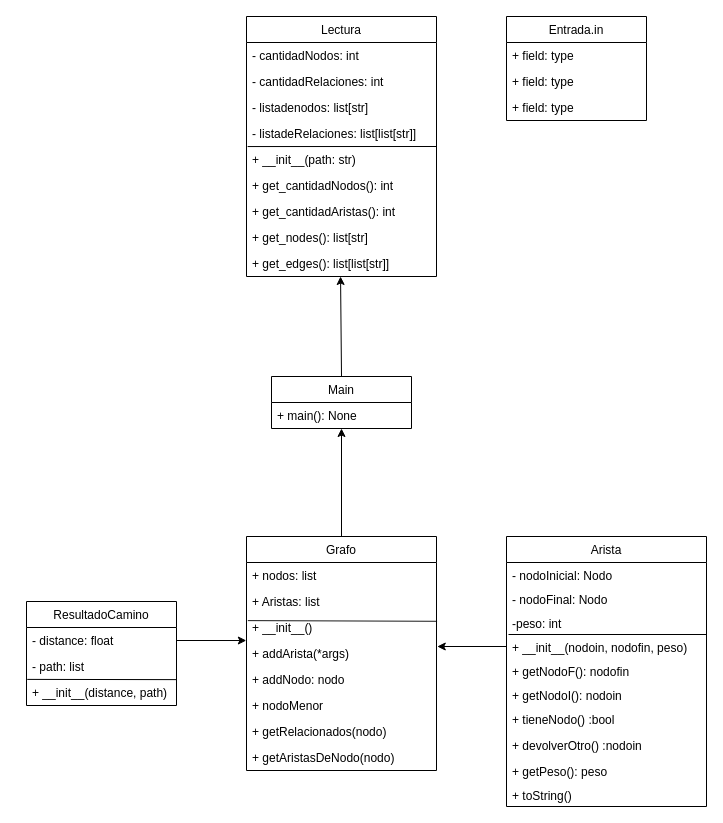
Above: DatosDelProyecto/Diagrama POO2.drawio in InMunken/PedidorDeFavores (draw.io), before the change. Source tidied: cells renumbered, new cells numbered last; positions are measured from the earlier drawing's top-left corner, leaving out a move shared by most shapes. Both pictures are drawn from the tidied source at 100%, with x=0, y=0 at pixel (26, 16).
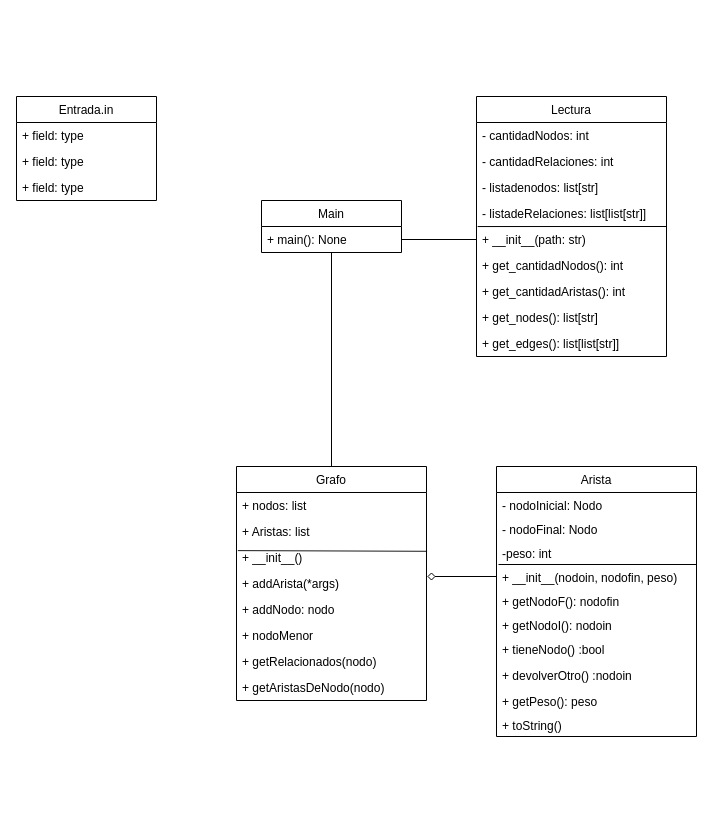
The same diagram, later.

Unchanged cells that the change refers to:
```xml
<mxCell id="7" value="+ addArista(*args)" style="text;strokeColor=none;fillColor=none;align=left;verticalAlign=top;spacingLeft=4;spacingRight=4;overflow=hidden;points=[[0,0.5],[1,0.5]];portConstraint=eastwest;" parent="2" vertex="1">
  <mxGeometry y="104" width="190" height="26" as="geometry" />
</mxCell>
<mxCell id="17" value="+ __init__(nodoin, nodofin, peso)" style="text;strokeColor=none;fillColor=none;align=left;verticalAlign=top;spacingLeft=4;spacingRight=4;overflow=hidden;points=[[0,0.5],[1,0.5]];portConstraint=eastwest;" parent="12" vertex="1">
  <mxGeometry y="98" width="200" height="24" as="geometry" />
</mxCell>
<mxCell id="34" value="+ __init__(path: str)" style="text;strokeColor=none;fillColor=none;align=left;verticalAlign=top;spacingLeft=4;spacingRight=4;overflow=hidden;points=[[0,0.5],[1,0.5]];portConstraint=eastwest;" parent="28" vertex="1">
  <mxGeometry y="130" width="190" height="26" as="geometry" />
</mxCell>
<mxCell id="38" value="+ get_edges(): list[list[str]]" style="text;strokeColor=none;fillColor=none;align=left;verticalAlign=top;spacingLeft=4;spacingRight=4;overflow=hidden;points=[[0,0.5],[1,0.5]];portConstraint=eastwest;" parent="28" vertex="1">
  <mxGeometry y="234" width="190" height="26" as="geometry" />
</mxCell>
<mxCell id="40" value="+ main(): None" style="text;strokeColor=none;fillColor=none;align=left;verticalAlign=top;spacingLeft=4;spacingRight=4;overflow=hidden;points=[[0,0.5],[1,0.5]];portConstraint=eastwest;" parent="39" vertex="1">
  <mxGeometry y="26" width="140" height="26" as="geometry" />
</mxCell>
```

The edit, as a diff of the source:
```diff
@@
+    <mxCell id="50" style="edgeStyle=none;html=1;exitX=0.5;exitY=0;exitDx=0;exitDy=0;endArrow=none;endFill=0;" parent="1" edge="1" source="2" target="40">
+      <mxGeometry relative="1" as="geometry" />
+    </mxCell>
     <mxCell id="2" value="Grafo" style="swimlane;fontStyle=0;horizontal=1;startSize=26;fillColor=none;" parent="1" vertex="1">
-      <mxGeometry x="220" y="520" width="190" height="234" as="geometry" />
+      <mxGeometry x="210" y="450" width="190" height="234" as="geometry" />
     </mxCell>
@@
     <mxCell id="12" value="Arista" style="swimlane;fontStyle=0;horizontal=1;startSize=26;fillColor=none;" parent="1" vertex="1">
-      <mxGeometry x="480" y="520" width="200" height="270" as="geometry" />
+      <mxGeometry x="470" y="450" width="200" height="270" as="geometry" />
     </mxCell>
@@
     <mxCell id="24" value="Entrada.in" style="swimlane;fontStyle=0;horizontal=1;startSize=26;fillColor=none;" parent="1" vertex="1">
-      <mxGeometry x="480" width="140" height="104" as="geometry" />
+      <mxGeometry x="-10" y="80" width="140" height="104" as="geometry" />
     </mxCell>
@@
     <mxCell id="28" value="Lectura" style="swimlane;fontStyle=0;horizontal=1;startSize=26;fillColor=none;" parent="1" vertex="1">
-      <mxGeometry x="220" width="190" height="260" as="geometry" />
+      <mxGeometry x="450" y="80" width="190" height="260" as="geometry" />
     </mxCell>
@@
     <mxCell id="39" value="Main" style="swimlane;fontStyle=0;horizontal=1;startSize=26;fillColor=none;" parent="1" vertex="1">
-      <mxGeometry x="245" y="360" width="140" height="52" as="geometry" />
+      <mxGeometry x="235" y="184" width="140" height="52" as="geometry" />
     </mxCell>
@@
-    <mxCell id="41" value="ResultadoCamino" style="swimlane;fontStyle=0;horizontal=1;startSize=26;fillColor=none;" parent="1" vertex="1">
-      <mxGeometry y="585" width="150" height="104" as="geometry" />
-    </mxCell>
-    <mxCell id="42" value="- distance: float " style="text;strokeColor=none;fillColor=none;align=left;verticalAlign=top;spacingLeft=4;spacingRight=4;overflow=hidden;points=[[0,0.5],[1,0.5]];portConstraint=eastwest;" parent="41" vertex="1">
-      <mxGeometry y="26" width="150" height="26" as="geometry" />
-    </mxCell>
-    <mxCell id="43" style="endArrow=none;html=1;rounded=0;exitX=0.005;exitY=-0.004;exitDx=0;exitDy=0;exitPerimeter=0;entryX=1.002;entryY=1.005;entryDx=0;entryDy=0;entryPerimeter=0;" parent="41" edge="1" source="45" target="44">
-      <mxGeometry relative="1" as="geometry" />
-    </mxCell>
-    <mxCell id="44" value="- path: list   " style="text;strokeColor=none;fillColor=none;align=left;verticalAlign=top;spacingLeft=4;spacingRight=4;overflow=hidden;points=[[0,0.5],[1,0.5]];portConstraint=eastwest;" parent="41" vertex="1">
-      <mxGeometry y="52" width="150" height="26" as="geometry" />
-    </mxCell>
-    <mxCell id="45" value="+ __init__(distance, path)" style="text;strokeColor=none;fillColor=none;align=left;verticalAlign=top;spacingLeft=4;spacingRight=4;overflow=hidden;points=[[0,0.5],[1,0.5]];portConstraint=eastwest;" parent="41" vertex="1">
-      <mxGeometry y="78" width="150" height="26" as="geometry" />
-    </mxCell>
-    <mxCell id="46" style="endArrow=classic;html=1;rounded=0;entryX=1.004;entryY=0.231;entryDx=0;entryDy=0;exitX=0;exitY=0.5;exitDx=0;exitDy=0;spacing=0;fontSize=11;entryPerimeter=0;" parent="1" edge="1" source="17" target="7">
+    <mxCell id="46" style="endArrow=diamond;html=1;rounded=0;entryX=1.004;entryY=0.231;entryDx=0;entryDy=0;exitX=0;exitY=0.5;exitDx=0;exitDy=0;spacing=0;fontSize=11;entryPerimeter=0;endFill=0;" parent="1" edge="1" source="17" target="7">
       <mxGeometry relative="1" as="geometry" />
     </mxCell>
-    <mxCell id="47" style="endArrow=classic;html=1;rounded=0;entryX=0.495;entryY=1;entryDx=0;entryDy=0;entryPerimeter=0;exitX=0.5;exitY=0;exitDx=0;exitDy=0;" parent="1" edge="1" source="39" target="38">
-      <mxGeometry relative="1" as="geometry" />
-    </mxCell>
-    <mxCell id="48" style="endArrow=classic;html=1;rounded=0;entryX=-0.001;entryY=0.001;entryDx=0;entryDy=0;entryPerimeter=0;" parent="1" edge="1" source="42" target="7">
-      <mxGeometry relative="1" as="geometry" />
-    </mxCell>
-    <mxCell id="49" style="endArrow=classic;html=1;rounded=0;exitX=0.5;exitY=0;exitDx=0;exitDy=0;entryX=0.5;entryY=1;entryDx=0;entryDy=0;" parent="1" edge="1" source="2" target="39">
-      <mxGeometry relative="1" as="geometry" />
-    </mxCell>
+    <mxCell id="51" style="edgeStyle=none;html=1;exitX=1;exitY=0.5;exitDx=0;exitDy=0;entryX=0;entryY=0.5;entryDx=0;entryDy=0;endArrow=none;endFill=0;" parent="1" edge="1" source="40" target="34">
+      <mxGeometry relative="1" as="geometry" />
+    </mxCell>
```
